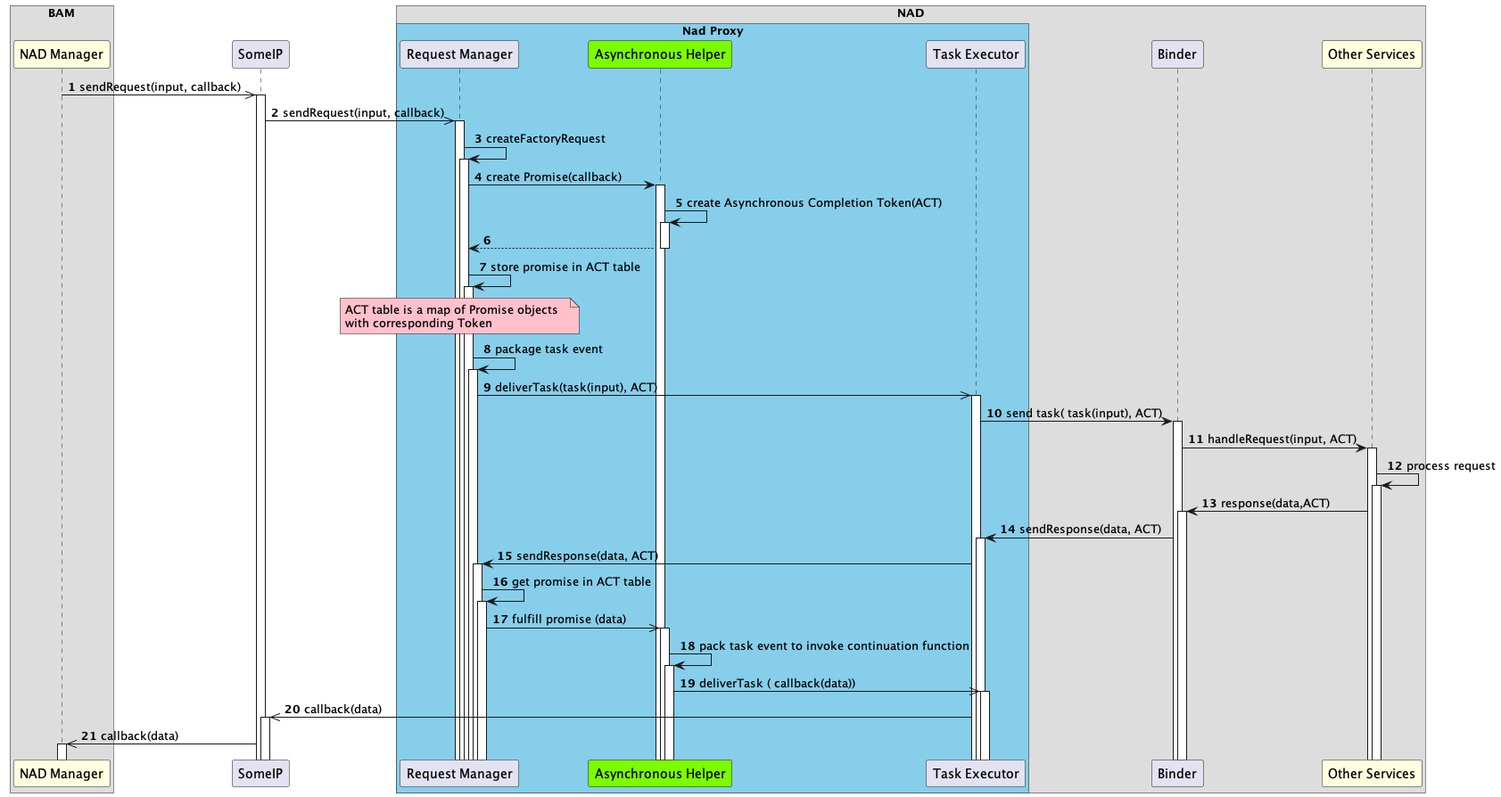
taikt/codefun keeps this PlantUML diagram as doc/SA cert/Design/figures/scalability/out/NADProxy_asynhelper/NADProxy_asynhelper.png. Above is the earlier version.
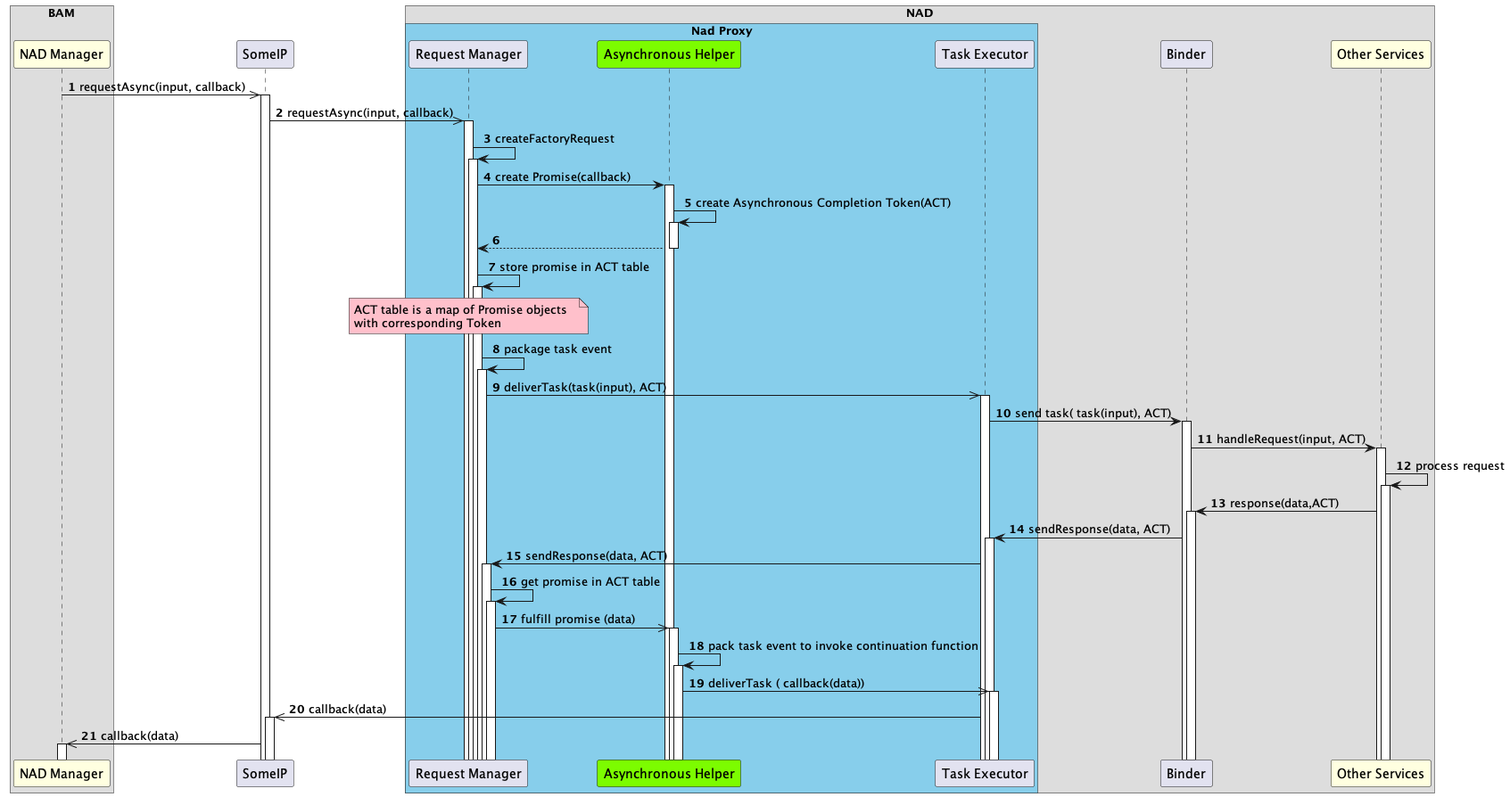
The same diagram one commit later.

Diff of the diagram source:
```diff
@@ -19,8 +19,8 @@
 participant "Other Services" as ser #LightYellow
 end box
 
-nam ->> sip: sendRequest(input, callback)
-sip ->> reqm: sendRequest(input, callback)
+nam ->> sip: requestAsync(input, callback)
+sip ->> reqm: requestAsync(input, callback)
 reqm -> reqm: createFactoryRequest
 reqm -> as: create Promise(callback)
 as -> as: create Asynchronous Completion Token(ACT)
```
